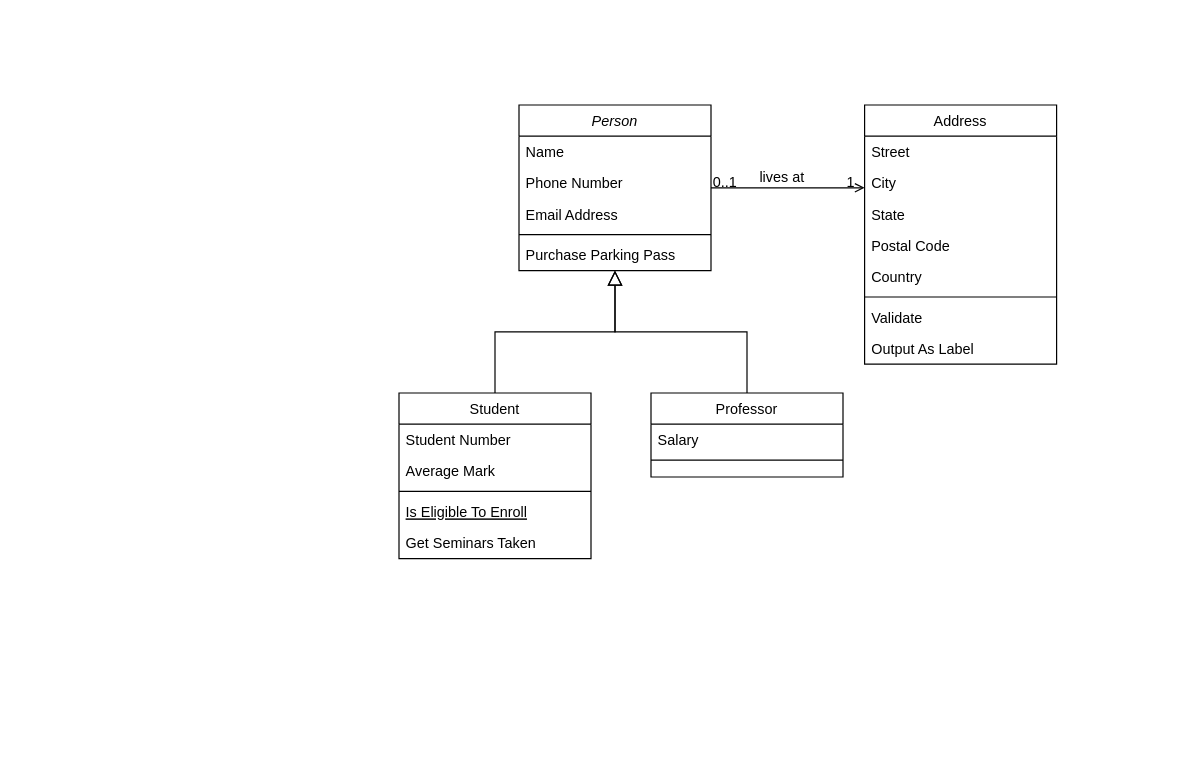
LalgyThomas/GITPR keeps this draw.io diagram as Untitled Diagram.drawio. Above is the earlier version. Source tidied: cells renumbered, new cells numbered last; positions are measured from the earlier drawing's top-left corner, leaving out a move shared by most shapes. Both pictures are drawn from the tidied source at 120%, with x=0, y=0 at pixel (398, 104).
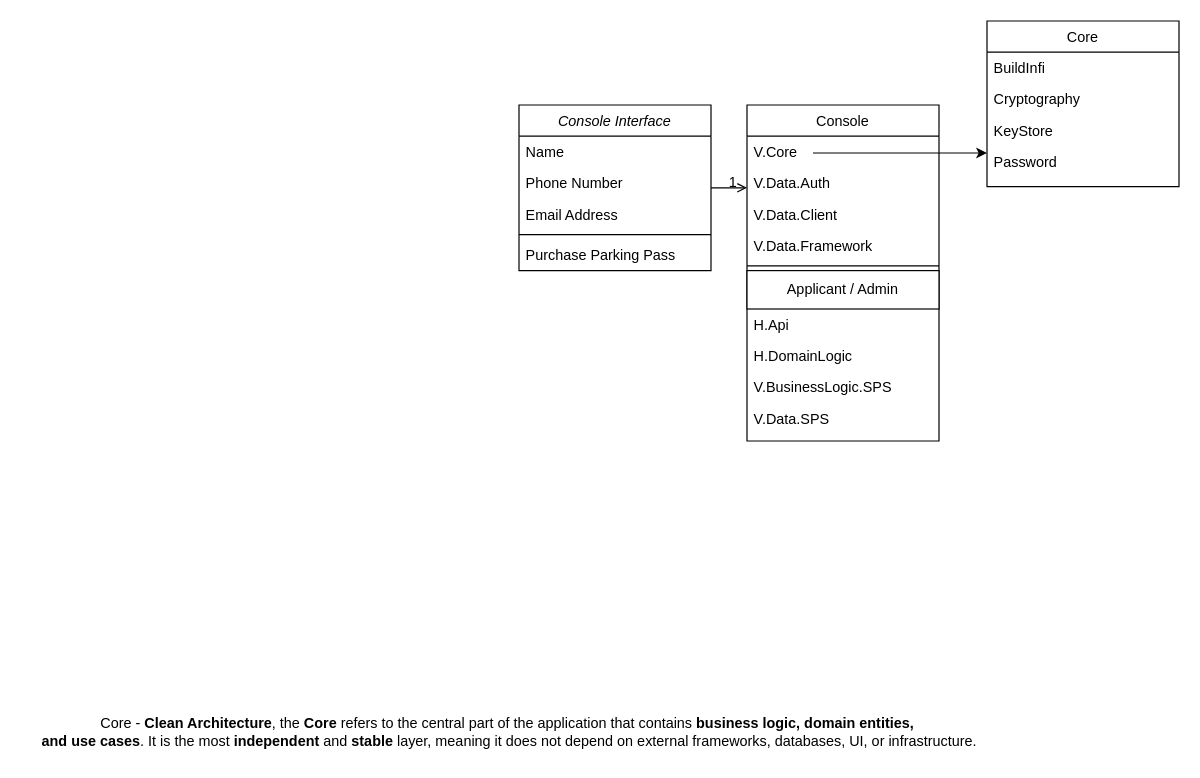
The same diagram, later.

The change refers to these unchanged cells:
```xml
<mxCell id="28" style="endArrow=open;shadow=0;strokeWidth=1;rounded=0;curved=0;endFill=1;edgeStyle=elbowEdgeStyle;elbow=vertical;" parent="1" edge="1" source="2" target="19">
  <mxGeometry x="0.5" y="41" relative="1" as="geometry">
    <mxPoint x="-40" y="32" as="offset" />
  </mxGeometry>
</mxCell>
```

Change to the diagram source:
```diff
@@
-    <mxCell id="2" value="Person" style="swimlane;fontStyle=2;align=center;verticalAlign=top;horizontal=1;startSize=26;rounded=0;shadow=0;strokeWidth=1;" parent="1" vertex="1">
+    <mxCell id="2" value="Console Interface" style="swimlane;fontStyle=2;align=center;verticalAlign=top;horizontal=1;startSize=26;rounded=0;shadow=0;strokeWidth=1;" parent="1" vertex="1">
       <mxGeometry x="100" width="160" height="138" as="geometry" />
     </mxCell>
@@
-    <mxCell id="8" value="Student" style="swimlane;fontStyle=0;align=center;verticalAlign=top;horizontal=1;startSize=26;rounded=0;shadow=0;strokeWidth=1;" parent="1" vertex="1">
-      <mxGeometry y="240" width="160" height="138" as="geometry" />
+    <mxCell id="8" value="Core" style="swimlane;fontStyle=0;align=center;verticalAlign=top;horizontal=1;startSize=26;rounded=0;shadow=0;strokeWidth=1;" parent="1" vertex="1">
+      <mxGeometry x="490" y="-70" width="160" height="138" as="geometry" />
     </mxCell>
-    <mxCell id="9" value="Student Number" style="text;align=left;verticalAlign=top;spacingLeft=4;spacingRight=4;overflow=hidden;" parent="8" vertex="1">
+    <mxCell id="9" value="BuildInfi" style="text;align=left;verticalAlign=top;spacingLeft=4;spacingRight=4;overflow=hidden;" parent="8" vertex="1">
       <mxGeometry y="26" width="160" height="26" as="geometry" />
     </mxCell>
-    <mxCell id="10" value="Average Mark" style="text;align=left;verticalAlign=top;spacingLeft=4;spacingRight=4;overflow=hidden;rounded=0;shadow=0;html=0;" parent="8" vertex="1">
+    <mxCell id="10" value="Cryptography&#10;" style="text;align=left;verticalAlign=top;spacingLeft=4;spacingRight=4;overflow=hidden;rounded=0;shadow=0;html=0;" parent="8" vertex="1">
       <mxGeometry y="52" width="160" height="26" as="geometry" />
     </mxCell>
-    <mxCell id="11" style="line;html=1;strokeWidth=1;align=left;verticalAlign=middle;spacingTop=-1;spacingLeft=3;spacingRight=3;labelPosition=right;" parent="8" vertex="1">
-      <mxGeometry y="78" width="160" height="8" as="geometry" />
-    </mxCell>
-    <mxCell id="12" value="Is Eligible To Enroll" style="text;align=left;verticalAlign=top;spacingLeft=4;spacingRight=4;overflow=hidden;fontStyle=4;" parent="8" vertex="1">
-      <mxGeometry y="86" width="160" height="26" as="geometry" />
-    </mxCell>
-    <mxCell id="13" value="Get Seminars Taken" style="text;align=left;verticalAlign=top;spacingLeft=4;spacingRight=4;overflow=hidden;" parent="8" vertex="1">
-      <mxGeometry y="112" width="160" height="26" as="geometry" />
-    </mxCell>
-    <mxCell id="14" style="endArrow=block;endSize=10;endFill=0;shadow=0;strokeWidth=1;rounded=0;curved=0;edgeStyle=elbowEdgeStyle;elbow=vertical;" parent="1" edge="1" source="8" target="2">
-      <mxGeometry relative="1" as="geometry" />
-    </mxCell>
-    <mxCell id="15" value="Professor" style="swimlane;fontStyle=0;align=center;verticalAlign=top;horizontal=1;startSize=26;rounded=0;shadow=0;strokeWidth=1;" parent="1" vertex="1">
-      <mxGeometry x="210" y="240" width="160" height="70" as="geometry" />
-    </mxCell>
-    <mxCell id="16" value="Salary" style="text;align=left;verticalAlign=top;spacingLeft=4;spacingRight=4;overflow=hidden;" parent="15" vertex="1">
-      <mxGeometry y="26" width="160" height="26" as="geometry" />
-    </mxCell>
-    <mxCell id="17" style="line;html=1;strokeWidth=1;align=left;verticalAlign=middle;spacingTop=-1;spacingLeft=3;spacingRight=3;labelPosition=right;" parent="15" vertex="1">
-      <mxGeometry y="52" width="160" height="8" as="geometry" />
-    </mxCell>
-    <mxCell id="18" style="endArrow=block;endSize=10;endFill=0;shadow=0;strokeWidth=1;rounded=0;curved=0;edgeStyle=elbowEdgeStyle;elbow=vertical;" parent="1" edge="1" source="15" target="2">
-      <mxGeometry relative="1" as="geometry" />
-    </mxCell>
+    <mxCell id="32" value="KeyStore" style="text;align=left;verticalAlign=top;spacingLeft=4;spacingRight=4;overflow=hidden;rounded=0;shadow=0;html=0;" parent="8" vertex="1">
+      <mxGeometry y="78" width="160" height="26" as="geometry" />
+    </mxCell>
+    <mxCell id="33" value="Password" style="text;align=left;verticalAlign=top;spacingLeft=4;spacingRight=4;overflow=hidden;rounded=0;shadow=0;html=0;" parent="8" vertex="1">
+      <mxGeometry y="104" width="160" height="26" as="geometry" />
+    </mxCell>
-    <mxCell id="19" value="Address" style="swimlane;fontStyle=0;align=center;verticalAlign=top;horizontal=1;startSize=26;rounded=0;shadow=0;strokeWidth=1;" parent="1" vertex="1">
-      <mxGeometry x="388" width="160" height="216" as="geometry" />
+    <mxCell id="19" value="Console" style="swimlane;fontStyle=0;align=center;verticalAlign=top;horizontal=1;startSize=26;rounded=0;shadow=0;strokeWidth=1;" parent="1" vertex="1">
+      <mxGeometry x="290" width="160" height="280" as="geometry" />
     </mxCell>
+    <mxCell id="34" style="endArrow=classic;html=1;rounded=0;" parent="19" edge="1">
+      <mxGeometry relative="1" as="geometry">
+        <mxPoint x="55" y="40" as="sourcePoint" />
+        <mxPoint x="200" y="40" as="targetPoint" />
+      </mxGeometry>
+    </mxCell>
-    <mxCell id="20" value="Street" style="text;align=left;verticalAlign=top;spacingLeft=4;spacingRight=4;overflow=hidden;" parent="19" vertex="1">
+    <mxCell id="20" value="V.Core" style="text;align=left;verticalAlign=top;spacingLeft=4;spacingRight=4;overflow=hidden;" parent="19" vertex="1">
       <mxGeometry y="26" width="160" height="26" as="geometry" />
     </mxCell>
-    <mxCell id="21" value="City" style="text;align=left;verticalAlign=top;spacingLeft=4;spacingRight=4;overflow=hidden;rounded=0;shadow=0;html=0;" parent="19" vertex="1">
+    <mxCell id="21" value="V.Data.Auth" style="text;align=left;verticalAlign=top;spacingLeft=4;spacingRight=4;overflow=hidden;rounded=0;shadow=0;html=0;" parent="19" vertex="1">
       <mxGeometry y="52" width="160" height="26" as="geometry" />
     </mxCell>
-    <mxCell id="22" value="State" style="text;align=left;verticalAlign=top;spacingLeft=4;spacingRight=4;overflow=hidden;rounded=0;shadow=0;html=0;" parent="19" vertex="1">
+    <mxCell id="22" value="V.Data.Client" style="text;align=left;verticalAlign=top;spacingLeft=4;spacingRight=4;overflow=hidden;rounded=0;shadow=0;html=0;" parent="19" vertex="1">
       <mxGeometry y="78" width="160" height="26" as="geometry" />
     </mxCell>
-    <mxCell id="23" value="Postal Code" style="text;align=left;verticalAlign=top;spacingLeft=4;spacingRight=4;overflow=hidden;rounded=0;shadow=0;html=0;" parent="19" vertex="1">
+    <mxCell id="23" value="V.Data.Framework" style="text;align=left;verticalAlign=top;spacingLeft=4;spacingRight=4;overflow=hidden;rounded=0;shadow=0;html=0;" parent="19" vertex="1">
       <mxGeometry y="104" width="160" height="26" as="geometry" />
     </mxCell>
-    <mxCell id="24" value="Country" style="text;align=left;verticalAlign=top;spacingLeft=4;spacingRight=4;overflow=hidden;rounded=0;shadow=0;html=0;" parent="19" vertex="1">
-      <mxGeometry y="130" width="160" height="26" as="geometry" />
-    </mxCell>
     <mxCell id="25" style="line;html=1;strokeWidth=1;align=left;verticalAlign=middle;spacingTop=-1;spacingLeft=3;spacingRight=3;labelPosition=right;" parent="19" vertex="1">
-      <mxGeometry y="156" width="160" height="8" as="geometry" />
+      <mxGeometry y="130" width="160" height="8" as="geometry" />
     </mxCell>
-    <mxCell id="26" value="Validate" style="text;align=left;verticalAlign=top;spacingLeft=4;spacingRight=4;overflow=hidden;" parent="19" vertex="1">
-      <mxGeometry y="164" width="160" height="26" as="geometry" />
-    </mxCell>
-    <mxCell id="27" value="Output As Label" style="text;align=left;verticalAlign=top;spacingLeft=4;spacingRight=4;overflow=hidden;" parent="19" vertex="1">
-      <mxGeometry y="190" width="160" height="26" as="geometry" />
-    </mxCell>
+    <mxCell id="35" value="Applicant / Admin" style="rounded=0;whiteSpace=wrap;html=1;" parent="19" vertex="1">
+      <mxGeometry y="138" width="160" height="32" as="geometry" />
+    </mxCell>
+    <mxCell id="36" value="H.Api" style="text;align=left;verticalAlign=top;spacingLeft=4;spacingRight=4;overflow=hidden;rounded=0;shadow=0;html=0;" parent="19" vertex="1">
+      <mxGeometry y="170" width="160" height="26" as="geometry" />
+    </mxCell>
+    <mxCell id="37" value="H.DomainLogic" style="text;align=left;verticalAlign=top;spacingLeft=4;spacingRight=4;overflow=hidden;rounded=0;shadow=0;html=0;" parent="19" vertex="1">
+      <mxGeometry y="196" width="160" height="26" as="geometry" />
+    </mxCell>
+    <mxCell id="38" value="V.BusinessLogic.SPS" style="text;align=left;verticalAlign=top;spacingLeft=4;spacingRight=4;overflow=hidden;" parent="19" vertex="1">
+      <mxGeometry y="222" width="160" height="26" as="geometry" />
+    </mxCell>
+    <mxCell id="39" value="V.Data.SPS" style="text;align=left;verticalAlign=top;spacingLeft=4;spacingRight=4;overflow=hidden;" parent="19" vertex="1">
+      <mxGeometry y="248" width="160" height="26" as="geometry" />
+    </mxCell>
@@
-    <mxCell id="29" value="0..1" style="align=left;verticalAlign=bottom;labelBackgroundColor=none;fontSize=12;" parent="28" vertex="1">
-      <mxGeometry x="-1" relative="1" as="geometry">
-        <mxPoint y="4" as="offset" />
-      </mxGeometry>
-    </mxCell>
@@
-    <mxCell id="31" value="lives at" style="text;html=1;align=center;verticalAlign=middle;labelBackgroundColor=none;rounded=0;shadow=0;strokeWidth=1;fontSize=12;" parent="28" vertex="1">
-      <mxGeometry x="0.5" y="49" relative="1" as="geometry">
-        <mxPoint x="-38" y="40" as="offset" />
-      </mxGeometry>
-    </mxCell>
+    <mxCell id="40" value="Core -&amp;nbsp;&lt;strong&gt;Clean Architecture&lt;/strong&gt;, the &lt;strong&gt;Core&lt;/strong&gt; refers to the central part of the application that contains &lt;strong&gt;business logic, domain entities,&lt;/strong&gt;&lt;div&gt;&lt;strong&gt;&amp;nbsp;and use cases&lt;/strong&gt;. It is the most &lt;strong&gt;independent&lt;/strong&gt; and &lt;strong&gt;stable&lt;/strong&gt; layer, meaning it does not depend on external frameworks, databases, UI, or infrastructure.&lt;/div&gt;" style="text;html=1;align=center;verticalAlign=middle;strokeColor=none;fillColor=none;" parent="1" vertex="1">
+      <mxGeometry x="-315" y="503" width="810" height="40" as="geometry" />
+    </mxCell>
```
